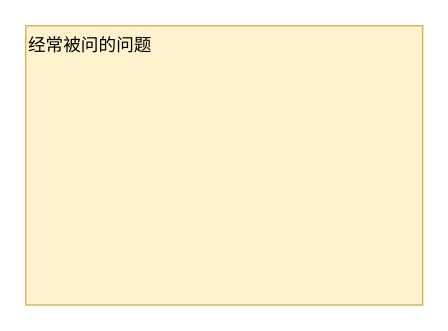
Before: Untitled Diagram.drawio in danyagit/Diagrams, a draw.io diagram. Source tidied: cells renumbered, new cells numbered last; positions are measured from the earlier drawing's top-left corner, leaving out a move shared by most shapes. Both pictures are drawn from the tidied source at 147%, with x=0, y=0 at pixel (25, 25).
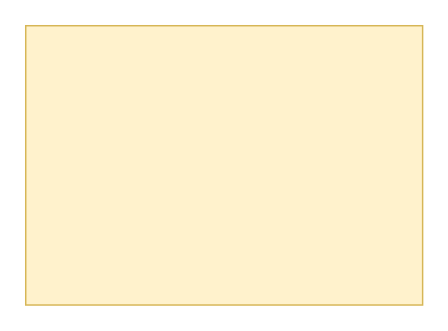
The same diagram, later.

What changed in the source:
```diff
@@
 <mxGraphModel>
   <root>
     <mxCell id="0" />
     <mxCell id="1" parent="0" />
-    <mxCell id="2" value="经常被问的问题&lt;div style=&quot;text-align: justify&quot;&gt;&lt;/div&gt;&lt;div&gt;&lt;/div&gt;" style="text;html=1;strokeColor=#d6b656;fillColor=#fff2cc;align=left;verticalAlign=top;whiteSpace=wrap;rounded=0;" parent="1" vertex="1">
+    <mxCell id="2" style="text;html=1;strokeColor=#d6b656;fillColor=#fff2cc;align=left;verticalAlign=top;whiteSpace=wrap;rounded=0;" parent="1" vertex="1">
       <mxGeometry width="270" height="190" as="geometry" />
     </mxCell>
   </root>
 </mxGraphModel>
```
